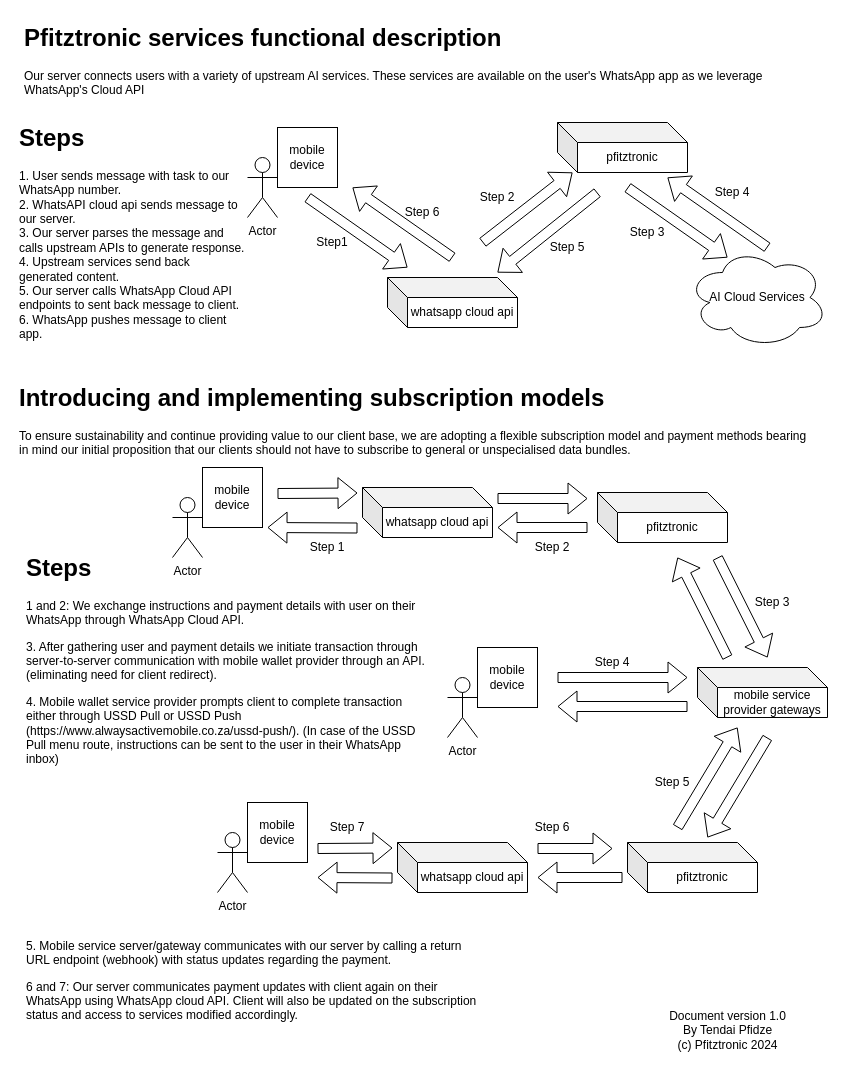
This is payment-flowchart.drawio from pondem87/draw.io, a draw.io file, before an edit. Source tidied: cells renumbered, new cells numbered last; positions are measured from the earlier drawing's top-left corner, leaving out a move shared by most shapes. Both pictures are drawn from the tidied source at 100%, with x=0, y=0 at pixel (17, 17).
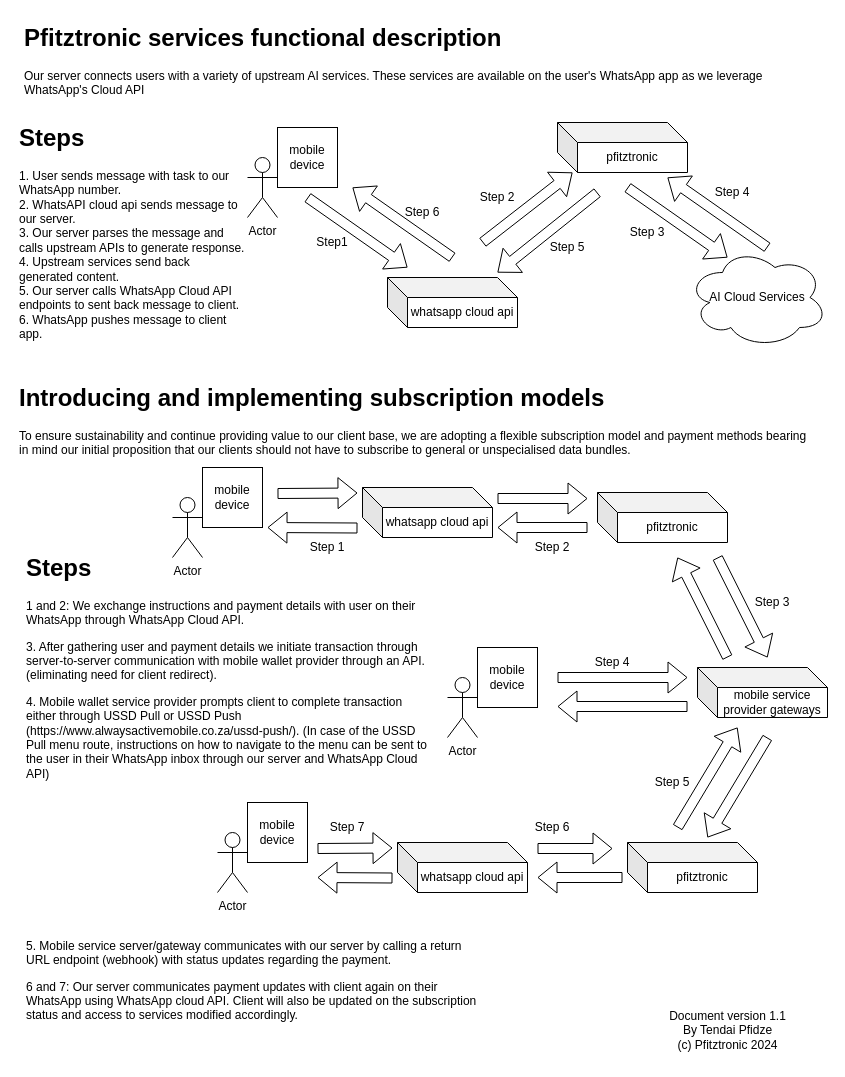
The same page after the edit.

Change to the diagram source:
```diff
@@
-    <mxCell id="54" value="&lt;h1 style=&quot;margin-top: 0px;&quot;&gt;Steps&lt;/h1&gt;&lt;p&gt;1 and 2: We exchange instructions and payment details with user on their WhatsApp through WhatsApp Cloud API.&lt;/p&gt;&lt;p&gt;3. After gathering user and payment details we initiate transaction through server-to-server communication with mobile wallet provider through an API. (eliminating need for client redirect).&lt;/p&gt;&lt;p&gt;4. Mobile wallet service provider prompts client to complete transaction either through USSD Pull or USSD Push (https://www.alwaysactivemobile.co.za/ussd-push/). (In case of the USSD Pull menu route, instructions can be sent to the user in their WhatsApp inbox)&lt;/p&gt;" style="text;html=1;whiteSpace=wrap;overflow=hidden;rounded=0;" parent="1" vertex="1">
+    <mxCell id="54" value="&lt;h1 style=&quot;margin-top: 0px;&quot;&gt;Steps&lt;/h1&gt;&lt;p&gt;1 and 2: We exchange instructions and payment details with user on their WhatsApp through WhatsApp Cloud API.&lt;/p&gt;&lt;p&gt;3. After gathering user and payment details we initiate transaction through server-to-server communication with mobile wallet provider through an API. (eliminating need for client redirect).&lt;/p&gt;&lt;p&gt;4. Mobile wallet service provider prompts client to complete transaction either through USSD Pull or USSD Push (https://www.alwaysactivemobile.co.za/ussd-push/). (In case of the USSD Pull menu route, instructions on how to navigate to the menu can be sent to the user in their WhatsApp inbox through our server and WhatsApp Cloud API)&lt;/p&gt;" style="text;html=1;whiteSpace=wrap;overflow=hidden;rounded=0;" parent="1" vertex="1">
       <mxGeometry x="7" y="530" width="405" height="235" as="geometry" />
     </mxCell>
@@
-    <mxCell id="56" value="Document version 1.0&lt;div&gt;By Tendai Pfidze&lt;/div&gt;&lt;div&gt;(c) Pfitztronic 2024&lt;/div&gt;" style="text;html=1;align=center;verticalAlign=middle;strokeColor=none;fillColor=none;" parent="1" vertex="1">
+    <mxCell id="56" value="Document version 1.1&lt;div&gt;By Tendai Pfidze&lt;/div&gt;&lt;div&gt;(c) Pfitztronic 2024&lt;/div&gt;" style="text;html=1;align=center;verticalAlign=middle;strokeColor=none;fillColor=none;" parent="1" vertex="1">
       <mxGeometry x="640" y="983" width="140" height="60" as="geometry" />
     </mxCell>
```
